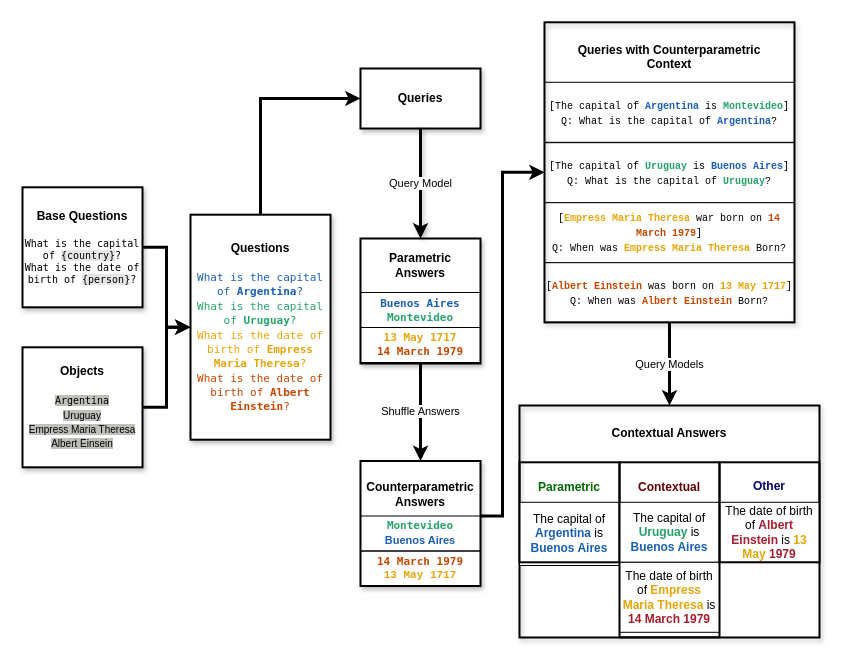
Earlier version of the draw.io diagram Report/pictures/Method.drawio (mfixman/rag-thesis). Source tidied: cells renumbered, new cells numbered last; positions are measured from the earlier drawing's top-left corner, leaving out a move shared by most shapes. Both pictures are drawn from the tidied source at 100%, with x=0, y=0 at pixel (22, 22).
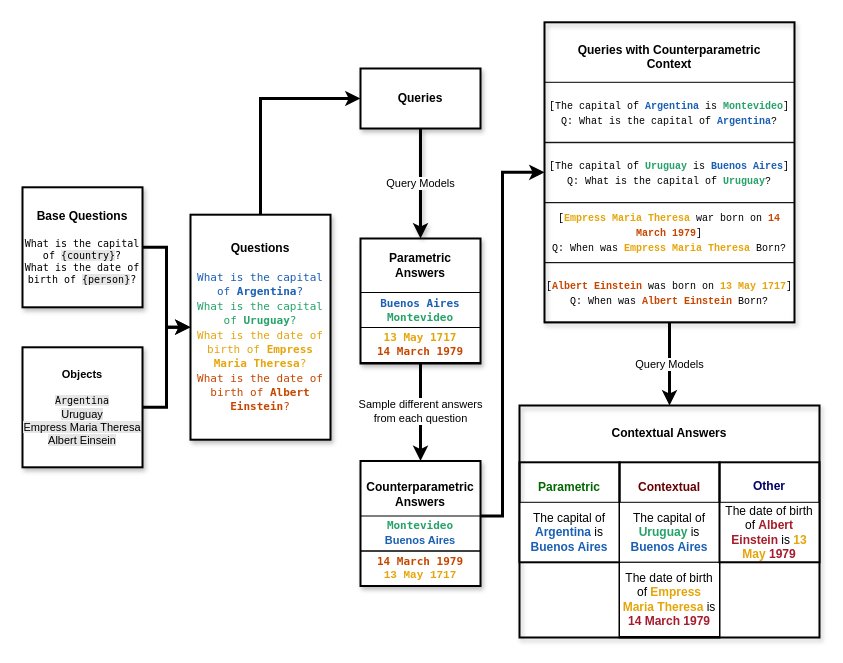
The same diagram, later.

Commit message (it also covers changes not shown here):
Polishing diagram a bit.

The change refers to these unchanged cells:
```xml
<mxCell id="7" style="group;" parent="1" vertex="1">
  <mxGeometry x="338" y="46" width="120" height="517.5" as="geometry" />
</mxCell>
<mxCell id="8" value="&lt;div&gt;&lt;b&gt;Queries&lt;/b&gt;&lt;/div&gt;" style="rounded=0;whiteSpace=wrap;html=1;strokeWidth=2;shadow=1;" parent="7" vertex="1">
  <mxGeometry width="120" height="60" as="geometry" />
</mxCell>
<mxCell id="10" value="&lt;b&gt;Parametric&lt;br&gt;Answers&lt;/b&gt;&lt;br&gt;&lt;br&gt;&lt;br&gt;&lt;br&gt;&lt;br&gt;&lt;div&gt;&lt;br&gt;&lt;/div&gt;" style="rounded=0;whiteSpace=wrap;html=1;strokeWidth=2;shadow=1;" parent="9" vertex="1">
  <mxGeometry width="120" height="125" as="geometry" />
</mxCell>
<mxCell id="11" value="&lt;div style=&quot;font-size: 10px;&quot;&gt;&lt;font style=&quot;font-size: 11px;&quot; face=&quot;Lucida Console&quot; color=&quot;#e5a50a&quot;&gt;13 May 1717&lt;/font&gt;&lt;/div&gt;&lt;div style=&quot;font-size: 11px;&quot;&gt;&lt;font face=&quot;Lucida Console&quot; color=&quot;#c64600&quot;&gt;14 March 1979&lt;/font&gt;&lt;/div&gt;" style="rounded=0;whiteSpace=wrap;html=1;fontFamily=Courier New;fontSize=10;strokeColor=default;fillColor=none;fillStyle=auto;gradientColor=none;fontStyle=1;fontColor=#a51d2d;" parent="9" vertex="1">
  <mxGeometry y="89" width="120" height="35" as="geometry" />
</mxCell>
<mxCell id="14" value="&lt;div&gt;&lt;b&gt;Counterparametric&lt;/b&gt;&lt;/div&gt;&lt;div&gt;&lt;b&gt;Answers&lt;/b&gt;&lt;br&gt;&lt;br&gt;&lt;/div&gt;&lt;br&gt;&lt;br&gt;&lt;div&gt;&lt;br&gt;&lt;/div&gt;" style="rounded=0;whiteSpace=wrap;html=1;strokeWidth=2;shadow=1;" parent="13" vertex="1">
  <mxGeometry y="30" width="120" height="125" as="geometry" />
</mxCell>
<mxCell id="19" style="group;" parent="1" vertex="1">
  <mxGeometry y="164.8" width="120" height="280" as="geometry" />
</mxCell>
```

The edit, as a diff of the source:
```diff
@@
+    <mxCell id="34" value="&lt;p style=&quot;line-height: 100%;&quot;&gt;&lt;b&gt;Contextual&lt;br&gt;&lt;/b&gt;&lt;/p&gt;" style="rounded=0;whiteSpace=wrap;html=1;fontColor=#660000;strokeWidth=2;fillColor=none;verticalAlign=top;" parent="1" vertex="1">
+      <mxGeometry x="597" y="439.8" width="100" height="175.2" as="geometry" />
+    </mxCell>
@@
-    <mxCell id="17" value="&lt;div align=&quot;right&quot;&gt;Query Model&lt;br&gt;&lt;/div&gt;" style="edgeStyle=orthogonalEdgeStyle;rounded=0;jettySize=auto;html=1;exitX=0.5;exitY=1;exitDx=0;exitDy=0;entryX=0.5;entryY=0;entryDx=0;entryDy=0;strokeWidth=3;shadow=1;" parent="7" edge="1" source="8" target="10">
+    <mxCell id="17" value="&lt;div align=&quot;right&quot;&gt;Query Models&lt;br&gt;&lt;/div&gt;" style="edgeStyle=orthogonalEdgeStyle;rounded=0;jettySize=auto;html=1;exitX=0.5;exitY=1;exitDx=0;exitDy=0;entryX=0.5;entryY=0;entryDx=0;entryDy=0;strokeWidth=3;shadow=1;" parent="7" edge="1" source="8" target="10">
       <mxGeometry relative="1" as="geometry" />
     </mxCell>
-    <mxCell id="18" value="Shuffle Answers" style="edgeStyle=orthogonalEdgeStyle;rounded=0;jettySize=auto;html=1;exitX=0.5;exitY=1;exitDx=0;exitDy=0;entryX=0.5;entryY=0;entryDx=0;entryDy=0;strokeWidth=3;" parent="7" edge="1" source="11" target="14">
+    <mxCell id="18" value="Sample different answers&lt;br&gt;from each question" style="edgeStyle=orthogonalEdgeStyle;rounded=0;jettySize=auto;html=1;exitX=0.5;exitY=1;exitDx=0;exitDy=0;entryX=0.5;entryY=0;entryDx=0;entryDy=0;strokeWidth=3;" parent="7" edge="1" source="11" target="14">
       <mxGeometry relative="1" as="geometry" />
     </mxCell>
@@
-    <mxCell id="21" value="&lt;div&gt;&lt;b&gt;Objects&lt;br&gt;&lt;br&gt;&lt;/b&gt;&lt;font face=&quot;Lucida Console&quot; style=&quot;font-size: 10px;&quot;&gt;&lt;span style=&quot;background-color: rgb(192, 191, 188);&quot;&gt;Argentina&lt;/span&gt;&lt;/font&gt;&lt;/div&gt;&lt;div&gt;&lt;font face=&quot;1sBdIfYaEE6bvWHAVR_a&quot; style=&quot;font-size: 10px;&quot;&gt;&lt;span style=&quot;background-color: rgb(192, 191, 188);&quot;&gt;Uruguay&lt;/span&gt;&lt;/font&gt;&lt;/div&gt;&lt;div&gt;&lt;font face=&quot;1sBdIfYaEE6bvWHAVR_a&quot; style=&quot;font-size: 10px;&quot;&gt;&lt;span style=&quot;background-color: rgb(192, 191, 188);&quot;&gt;Empress Maria Theresa&lt;br&gt;Albert Einsein&lt;br&gt;&lt;/span&gt;&lt;/font&gt;&lt;/div&gt;" style="rounded=0;whiteSpace=wrap;html=1;strokeWidth=2;shadow=1;" parent="19" vertex="1">
+    <mxCell id="21" value="&lt;div style=&quot;font-size: 11px;&quot;&gt;&lt;b&gt;Objects&lt;br&gt;&lt;br&gt;&lt;/b&gt;&lt;font face=&quot;Lucida Console&quot; style=&quot;background-color: rgb(230, 230, 230); font-size: 10px;&quot;&gt;Argentina&lt;/font&gt;&lt;/div&gt;&lt;div style=&quot;font-size: 11px;&quot;&gt;&lt;font face=&quot;1sBdIfYaEE6bvWHAVR_a&quot; style=&quot;background-color: rgb(230, 230, 230); font-size: 11px;&quot;&gt;Uruguay&lt;/font&gt;&lt;/div&gt;&lt;div style=&quot;font-size: 11px;&quot;&gt;&lt;font face=&quot;1sBdIfYaEE6bvWHAVR_a&quot; style=&quot;background-color: rgb(230, 230, 230); font-size: 11px;&quot;&gt;Empress Maria Theresa&lt;br&gt;Albert Einsein&lt;br&gt;&lt;/font&gt;&lt;/div&gt;" style="rounded=0;whiteSpace=wrap;html=1;strokeWidth=2;shadow=1;" parent="19" vertex="1">
       <mxGeometry y="160" width="120" height="120" as="geometry" />
     </mxCell>
@@
     <mxCell id="29" value="The capital of &lt;b&gt;&lt;font color=&quot;#1a5fb4&quot;&gt;Argentina&lt;/font&gt;&lt;/b&gt; is &lt;b&gt;&lt;font color=&quot;#1a5fb4&quot;&gt;Buenos Aires&lt;/font&gt;&lt;/b&gt;" style="rounded=0;whiteSpace=wrap;html=1;strokeWidth=1;" parent="1" vertex="1">
-      <mxGeometry x="497" y="479.8" width="100" height="63.2" as="geometry" />
+      <mxGeometry x="497" y="479.8" width="100" height="60.2" as="geometry" />
     </mxCell>
@@
     <mxCell id="32" value="The date of birth of &lt;font color=&quot;#e5a50a&quot;&gt;&lt;b&gt;Empress Maria Theresa&lt;/b&gt;&lt;/font&gt; is &lt;b&gt;&lt;font color=&quot;#a51d2d&quot;&gt;14 March 1979&lt;/font&gt;&lt;/b&gt;" style="rounded=0;whiteSpace=wrap;html=1;" parent="1" vertex="1">
-      <mxGeometry x="597" y="539.8" width="100" height="70" as="geometry" />
+      <mxGeometry x="597" y="539.8" width="100" height="74.2" as="geometry" />
     </mxCell>
@@
-    <mxCell id="34" value="&lt;p style=&quot;line-height: 100%;&quot;&gt;&lt;b&gt;Contextual&lt;br&gt;&lt;/b&gt;&lt;/p&gt;" style="rounded=0;whiteSpace=wrap;html=1;fontColor=#660000;strokeWidth=2;fillColor=none;verticalAlign=top;" parent="1" vertex="1">
-      <mxGeometry x="597" y="439.8" width="100" height="175" as="geometry" />
-    </mxCell>
```
